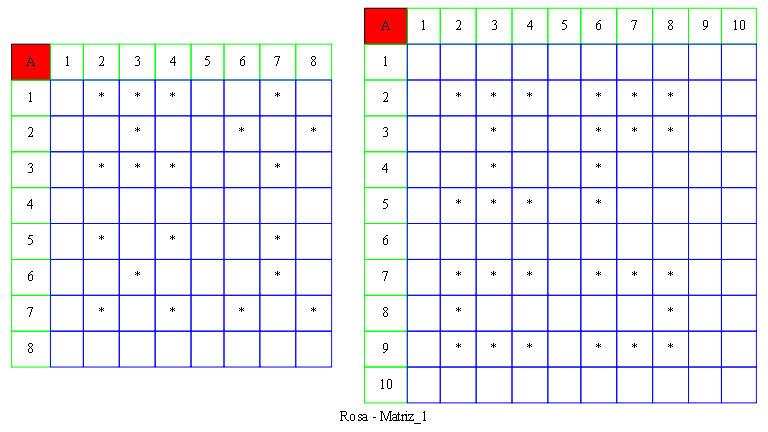
AbidelLux/Proyecto02_1S2021IPC2_JAMES keeps this Graphviz diagram as Original.dot.png. Above is the earlier version. Its source is kept beside it as Original.dot.
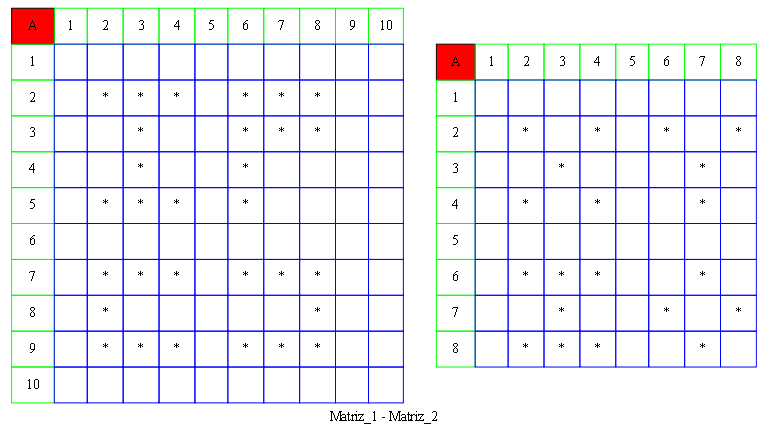
After the commit.

What changed in the source:
```diff
@@ -1,23 +1,7 @@
 digraph {
 	size="8,8"
-	label="Rosa - Matriz_1"
+	label="Matriz_1 - Matriz_2"
 	tbl [
-	shape=plaintext
-	label=<
-
-		<table border="0" color="green" cellpadding="10" cellborder="1" cellspacing="0">
-	<tr><td bgcolor = "red" color="black"> A </td><td color="green">1</td><td color="green">2</td><td color="green">3</td><td color="green">4</td><td color="green">5</td><td color="green">6</td><td color="green">7</td><td color="green">8</td></tr>
-			<tr><td color="green"> 1 </td><td color="blue">   </td><td color="blue"> * </td><td color="blue"> * </td><td color="blue"> * </td><td color="blue">   </td><td color="blue">   </td><td color="blue"> * </td><td color="blue">   </td></tr>
-			<tr><td color="green"> 2 </td><td color="blue">   </td><td color="blue">   </td><td color="blue"> * </td><td color="blue">   </td><td color="blue">   </td><td color="blue"> * </td><td color="blue">   </td><td color="blue"> * </td></tr>
-			<tr><td color="green"> 3 </td><td color="blue">   </td><td color="blue"> * </td><td color="blue"> * </td><td color="blue"> * </td><td color="blue">   </td><td color="blue">   </td><td color="blue"> * </td><td color="blue">   </td></tr>
-			<tr><td color="green"> 4 </td><td color="blue">   </td><td color="blue">   </td><td color="blue">   </td><td color="blue">   </td><td color="blue">   </td><td color="blue">   </td><td color="blue">   </td><td color="blue">   </td></tr>
-			<tr><td color="green"> 5 </td><td color="blue">   </td><td color="blue"> * </td><td color="blue">   </td><td color="blue"> * </td><td color="blue">   </td><td color="blue">   </td><td color="blue"> * </td><td color="blue">   </td></tr>
-			<tr><td color="green"> 6 </td><td color="blue">   </td><td color="blue">   </td><td color="blue"> * </td><td color="blue">   </td><td color="blue">   </td><td color="blue">   </td><td color="blue"> * </td><td color="blue">   </td></tr>
-			<tr><td color="green"> 7 </td><td color="blue">   </td><td color="blue"> * </td><td color="blue">   </td><td color="blue"> * </td><td color="blue">   </td><td color="blue"> * </td><td color="blue">   </td><td color="blue"> * </td></tr>
-			<tr><td color="green"> 8 </td><td color="blue">   </td><td color="blue">   </td><td color="blue">   </td><td color="blue">   </td><td color="blue">   </td><td color="blue">   </td><td color="blue">   </td><td color="blue">   </td></tr>
-			</table>
-		>];
-	tbl1 [
 	shape=plaintext
 	label=<
 
@@ -35,4 +19,20 @@
 			<tr><td color="green"> 10 </td><td color="blue">   </td><td color="blue">   </td><td color="blue">   </td><td color="blue">   </td><td color="blue">   </td><td color="blue">   </td><td color="blue">   </td><td color="blue">   </td><td color="blue">   </td><td color="blue">   </td></tr>
 			</table>
 		>];
+	tbl1 [
+	shape=plaintext
+	label=<
+
+		<table border="0" color="green" cellpadding="10" cellborder="1" cellspacing="0">
+	<tr><td bgcolor = "red" color="black"> A </td><td color="green">1</td><td color="green">2</td><td color="green">3</td><td color="green">4</td><td color="green">5</td><td color="green">6</td><td color="green">7</td><td color="green">8</td></tr>
+			<tr><td color="green"> 1 </td><td color="blue">   </td><td color="blue">   </td><td color="blue">   </td><td color="blue">   </td><td color="blue">   </td><td color="blue">   </td><td color="blue">   </td><td color="blue">   </td></tr>
+			<tr><td color="green"> 2 </td><td color="blue">   </td><td color="blue"> * </td><td color="blue">   </td><td color="blue"> * </td><td color="blue">   </td><td color="blue"> * </td><td color="blue">   </td><td color="blue"> * </td></tr>
+			<tr><td color="green"> 3 </td><td color="blue">   </td><td color="blue">   </td><td color="blue"> * </td><td color="blue">   </td><td color="blue">   </td><td color="blue">   </td><td color="blue"> * </td><td color="blue">   </td></tr>
+			<tr><td color="green"> 4 </td><td color="blue">   </td><td color="blue"> * </td><td color="blue">   </td><td color="blue"> * </td><td color="blue">   </td><td color="blue">   </td><td color="blue"> * </td><td color="blue">   </td></tr>
+			<tr><td color="green"> 5 </td><td color="blue">   </td><td color="blue">   </td><td color="blue">   </td><td color="blue">   </td><td color="blue">   </td><td color="blue">   </td><td color="blue">   </td><td color="blue">   </td></tr>
+			<tr><td color="green"> 6 </td><td color="blue">   </td><td color="blue"> * </td><td color="blue"> * </td><td color="blue"> * </td><td color="blue">   </td><td color="blue">   </td><td color="blue"> * </td><td color="blue">   </td></tr>
+			<tr><td color="green"> 7 </td><td color="blue">   </td><td color="blue">   </td><td color="blue"> * </td><td color="blue">   </td><td color="blue">   </td><td color="blue"> * </td><td color="blue">   </td><td color="blue"> * </td></tr>
+			<tr><td color="green"> 8 </td><td color="blue">   </td><td color="blue"> * </td><td color="blue"> * </td><td color="blue"> * </td><td color="blue">   </td><td color="blue">   </td><td color="blue"> * </td><td color="blue">   </td></tr>
+			</table>
+		>];
 }
```
